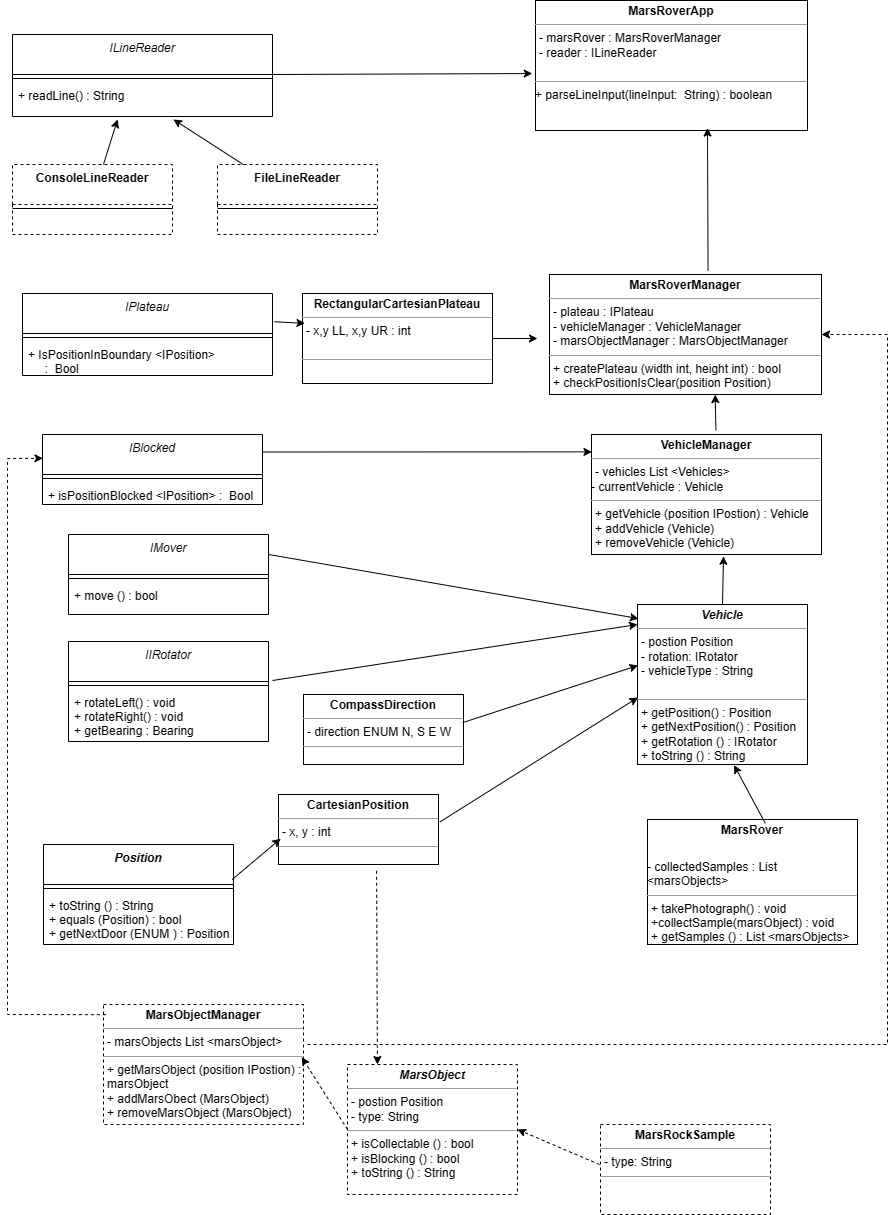
The draw.io diagram Docs/Mars Rover V2 UML.png in adeyatz/melody-mars-rover-app, before a commit. Source tidied: cells renumbered, new cells last; positions are measured from the earlier drawing's top-left corner, leaving out a move shared by most shapes.
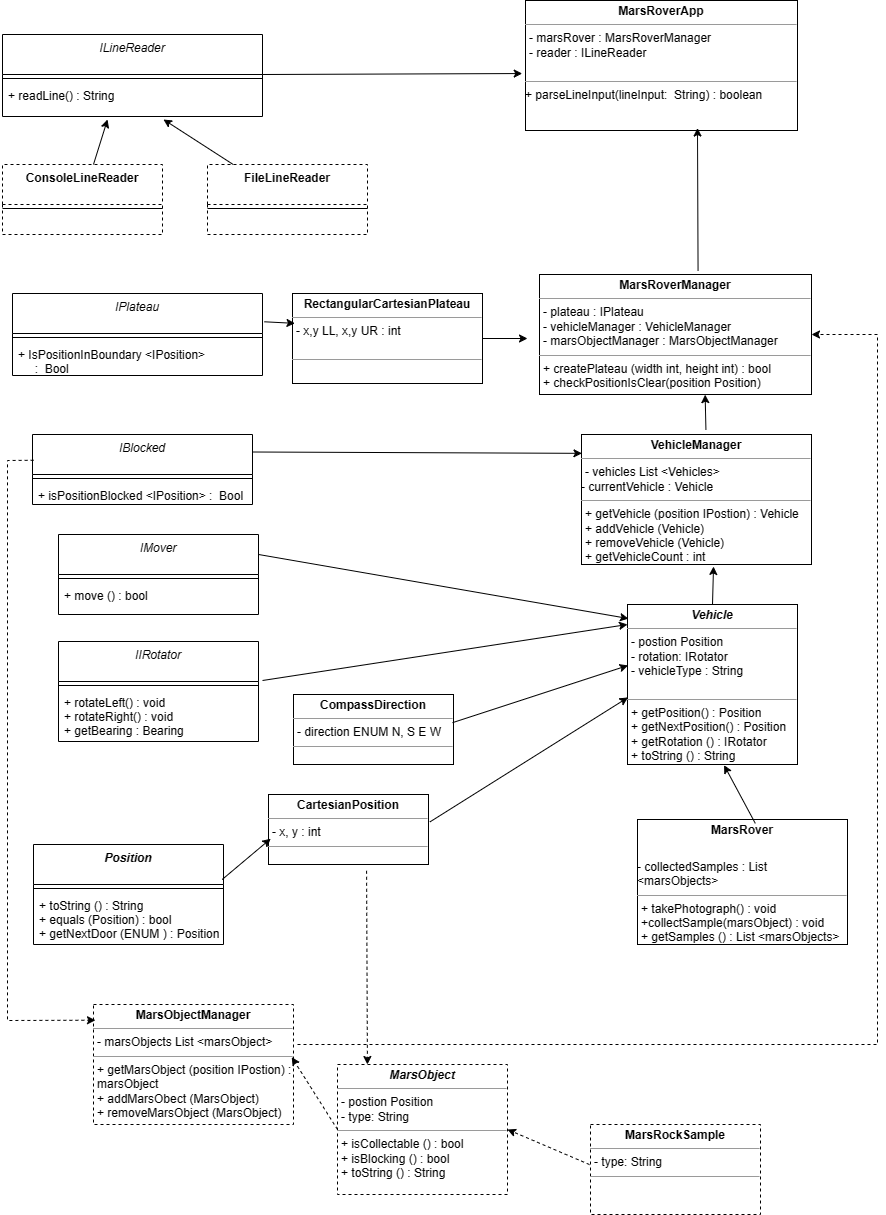
Above is the later version.

Commit message:
VehicleManager: impl. and test getVehicle() method

Diff of the diagram source:
```diff
@@ -29,8 +29,8 @@
     <mxCell id="10" value="&lt;p style=&quot;margin:0px;margin-top:4px;text-align:center;&quot;&gt;&lt;b&gt;CompassDirection&lt;/b&gt;&lt;/p&gt;&lt;hr size=&quot;1&quot;&gt;&lt;p style=&quot;margin:0px;margin-left:4px;&quot;&gt;- direction ENUM N, S E W&lt;/p&gt;&lt;hr size=&quot;1&quot;&gt;&lt;p style=&quot;margin:0px;margin-left:4px;&quot;&gt;&lt;br&gt;&lt;/p&gt;" style="verticalAlign=top;align=left;overflow=fill;fontSize=12;fontFamily=Helvetica;html=1;whiteSpace=wrap;" parent="1" vertex="1">
       <mxGeometry x="296" y="694" width="160" height="70" as="geometry" />
     </mxCell>
-    <mxCell id="11" value="&lt;p style=&quot;margin:0px;margin-top:4px;text-align:center;&quot;&gt;&lt;b&gt;VehicleManager&lt;/b&gt;&lt;/p&gt;&lt;hr size=&quot;1&quot;&gt;&lt;p style=&quot;margin:0px;margin-left:4px;&quot;&gt;- vehicles List &amp;lt;Vehicles&amp;gt;&lt;/p&gt;- currentVehicle : Vehicle&lt;hr size=&quot;1&quot;&gt;&lt;p style=&quot;margin:0px;margin-left:4px;&quot;&gt;&lt;span style=&quot;background-color: initial;&quot;&gt;+ getVehicle (position IPostion) : Vehicle&lt;/span&gt;&lt;br&gt;&lt;/p&gt;&lt;p style=&quot;margin:0px;margin-left:4px;&quot;&gt;+ addVehicle (Vehicle)&lt;/p&gt;&lt;p style=&quot;margin:0px;margin-left:4px;&quot;&gt;+ removeVehicle (Vehicle)&lt;/p&gt;" style="verticalAlign=top;align=left;overflow=fill;fontSize=12;fontFamily=Helvetica;html=1;whiteSpace=wrap;" parent="1" vertex="1">
-      <mxGeometry x="584" y="434" width="230" height="120" as="geometry" />
+    <mxCell id="11" value="&lt;p style=&quot;margin:0px;margin-top:4px;text-align:center;&quot;&gt;&lt;b&gt;VehicleManager&lt;/b&gt;&lt;/p&gt;&lt;hr size=&quot;1&quot;&gt;&lt;p style=&quot;margin:0px;margin-left:4px;&quot;&gt;- vehicles List &amp;lt;Vehicles&amp;gt;&lt;/p&gt;- currentVehicle : Vehicle&lt;hr size=&quot;1&quot;&gt;&lt;p style=&quot;margin:0px;margin-left:4px;&quot;&gt;&lt;span style=&quot;background-color: initial;&quot;&gt;+ getVehicle (position IPostion) : Vehicle&lt;/span&gt;&lt;br&gt;&lt;/p&gt;&lt;p style=&quot;margin:0px;margin-left:4px;&quot;&gt;+ addVehicle (Vehicle)&lt;/p&gt;&lt;p style=&quot;margin:0px;margin-left:4px;&quot;&gt;+ removeVehicle (Vehicle)&lt;/p&gt;&lt;p style=&quot;margin:0px;margin-left:4px;&quot;&gt;+ getVehicleCount : int&lt;/p&gt;" style="verticalAlign=top;align=left;overflow=fill;fontSize=12;fontFamily=Helvetica;html=1;whiteSpace=wrap;" parent="1" vertex="1">
+      <mxGeometry x="584" y="434" width="230" height="130" as="geometry" />
     </mxCell>
     <mxCell id="12" value="&lt;p style=&quot;margin:0px;margin-top:4px;text-align:center;&quot;&gt;&lt;b&gt;&lt;i&gt;Vehicle&lt;/i&gt;&lt;/b&gt;&lt;/p&gt;&lt;hr size=&quot;1&quot;&gt;&lt;p style=&quot;margin:0px;margin-left:4px;&quot;&gt;- postion Position&lt;/p&gt;&lt;p style=&quot;margin:0px;margin-left:4px;&quot;&gt;- rotation: IRotator&lt;/p&gt;&lt;p style=&quot;margin:0px;margin-left:4px;&quot;&gt;- vehicleType : String&lt;/p&gt;&lt;p style=&quot;margin:0px;margin-left:4px;&quot;&gt;&lt;br&gt;&lt;/p&gt;&lt;hr size=&quot;1&quot;&gt;&lt;p style=&quot;margin:0px;margin-left:4px;&quot;&gt;+ getPosition() : Position&lt;/p&gt;&lt;p style=&quot;margin:0px;margin-left:4px;&quot;&gt;+ getNextPosition() : Position&lt;/p&gt;&lt;p style=&quot;margin:0px;margin-left:4px;&quot;&gt;+ getRotation () : IRotator&lt;/p&gt;&lt;p style=&quot;margin:0px;margin-left:4px;&quot;&gt;+ toString () : String&lt;/p&gt;" style="verticalAlign=top;align=left;overflow=fill;fontSize=12;fontFamily=Helvetica;html=1;whiteSpace=wrap;" parent="1" vertex="1">
       <mxGeometry x="630" y="604" width="170" height="160" as="geometry" />
@@ -154,14 +154,6 @@
     <mxCell id="48" style="endArrow=classic;html=1;rounded=0;exitX=-0.006;exitY=0.445;exitDx=0;exitDy=0;entryX=1;entryY=0.5;entryDx=0;entryDy=0;exitPerimeter=0;dashed=1;" parent="1" edge="1" source="47" target="44">
       <mxGeometry relative="1" as="geometry" />
     </mxCell>
-    <mxCell id="49" style="endArrow=classic;html=1;rounded=0;exitX=0.012;exitY=0.085;exitDx=0;exitDy=0;exitPerimeter=0;entryX=0.002;entryY=0.34;entryDx=0;entryDy=0;entryPerimeter=0;dashed=1;" parent="1" edge="1" source="43" target="28">
-      <mxGeometry relative="1" as="geometry">
-        <Array as="points">
-          <mxPoint y="1014" />
-          <mxPoint y="458" />
-        </Array>
-      </mxGeometry>
-    </mxCell>
     <mxCell id="50" style="endArrow=classic;html=1;rounded=0;entryX=0.176;entryY=0;entryDx=0;entryDy=0;entryPerimeter=0;exitX=0.613;exitY=1.089;exitDx=0;exitDy=0;dashed=1;exitPerimeter=0;" parent="1" edge="1" source="9" target="44">
       <mxGeometry relative="1" as="geometry" />
     </mxCell>
@@ -177,5 +169,13 @@
     <mxCell id="54" style="endArrow=classic;html=1;rounded=0;exitX=1.02;exitY=0.39;exitDx=0;exitDy=0;exitPerimeter=0;entryX=0;entryY=0.125;entryDx=0;entryDy=0;entryPerimeter=0;" parent="1" edge="1" source="51" target="12">
       <mxGeometry relative="1" as="geometry" />
     </mxCell>
+    <mxCell id="55" style="endArrow=classic;html=1;rounded=0;exitX=0.005;exitY=0.368;exitDx=0;exitDy=0;exitPerimeter=0;entryX=0.01;entryY=0.131;entryDx=0;entryDy=0;entryPerimeter=0;dashed=1;" parent="1" edge="1" source="28" target="43">
+      <mxGeometry relative="1" as="geometry">
+        <Array as="points">
+          <mxPoint x="10" y="460" />
+          <mxPoint x="10" y="1020" />
+        </Array>
+      </mxGeometry>
+    </mxCell>
   </root>
 </mxGraphModel>
```
